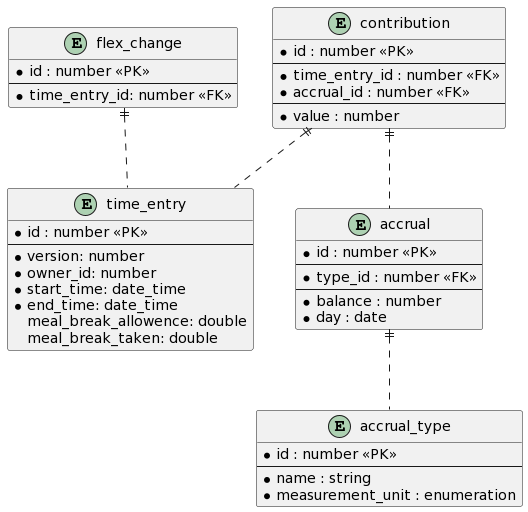
Earlier version of the PlantUML export docs/images/storage-model.png (UKHomeOffice/callisto-accruals-restapi).
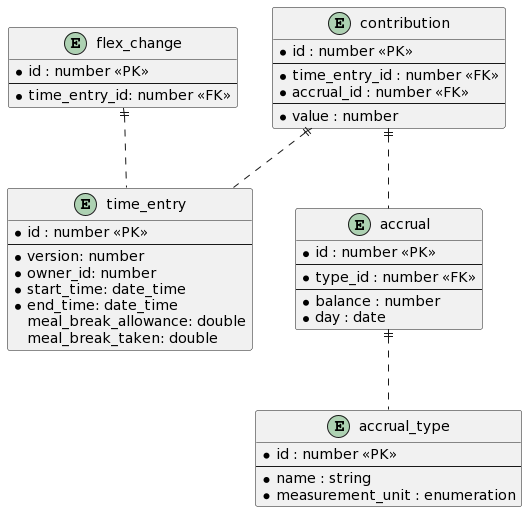
After the commit.

Change to the diagram source:
```diff
@@ -6,7 +6,7 @@
   * owner_id: number
   * start_time: date_time
   * end_time: date_time
-  meal_break_allowence: double
+  meal_break_allowance: double
   meal_break_taken: double
 }
 
```
